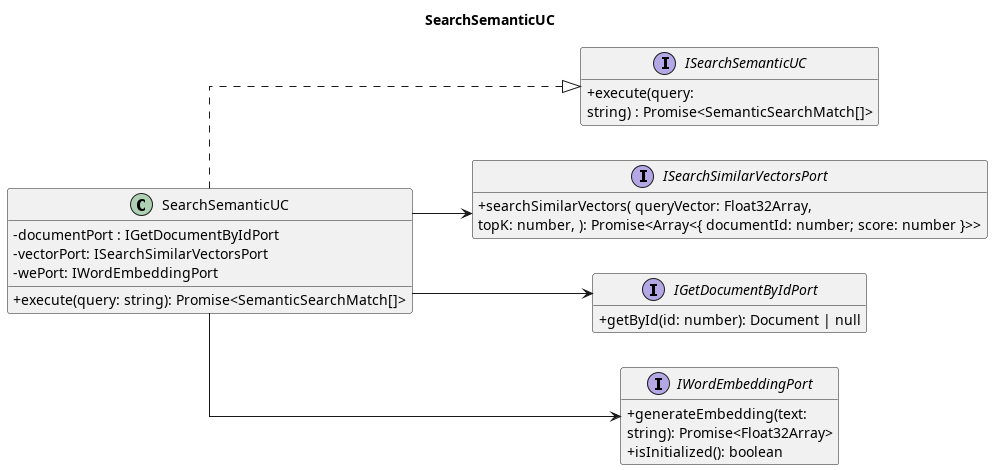
7-ZPUs/Docs keeps this PlantUML diagram as out/3_PB/DocumentiEsterni/DiagrammiSpecificaTecnica/C4/C4_backend_Search/C4_backend_Search-4.png. Above is the earlier version.
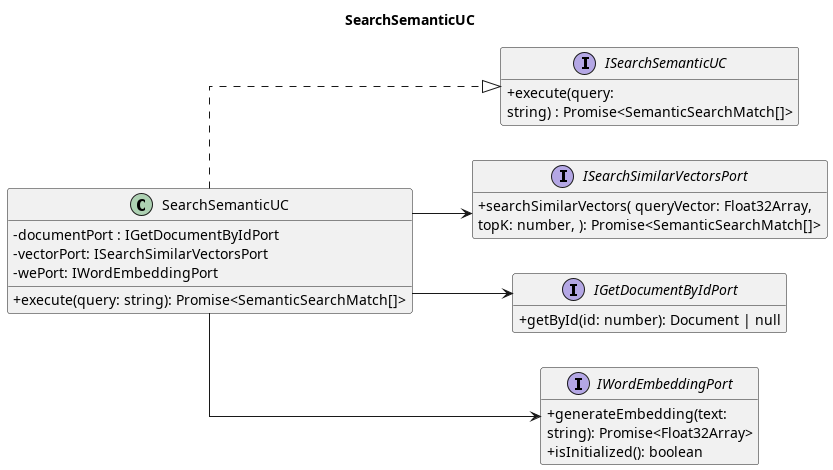
Later version of the same file.

What changed in the source:
```diff
@@ -18,7 +18,7 @@
 }
 interface ISearchSimilarVectorsPort {
     + searchSimilarVectors( queryVector: Float32Array,
-    topK: number, ): Promise<Array<{ documentId: number; score: number }>>
+    topK: number, ): Promise<SemanticSearchMatch[]>
 }
 interface IGetDocumentByIdPort {
     + getById(id: number): Document | null
```
